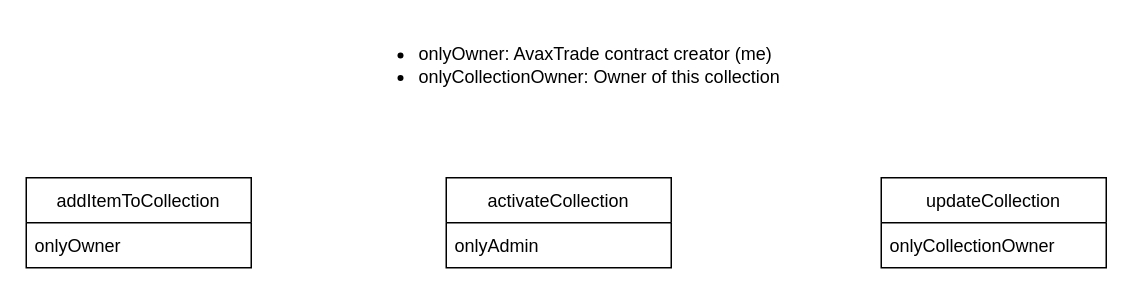
Above: page "AvaxTrade" (2 of 4) of diagram.drawio in Bumble-Buzz/app (draw.io), before the change. Source tidied: cells renumbered, new cells numbered last; positions are measured from the earlier drawing's top-left corner, leaving out a move shared by most shapes. Both pictures are drawn from the tidied source at 150%, with x=0, y=0 at pixel (26, 27).
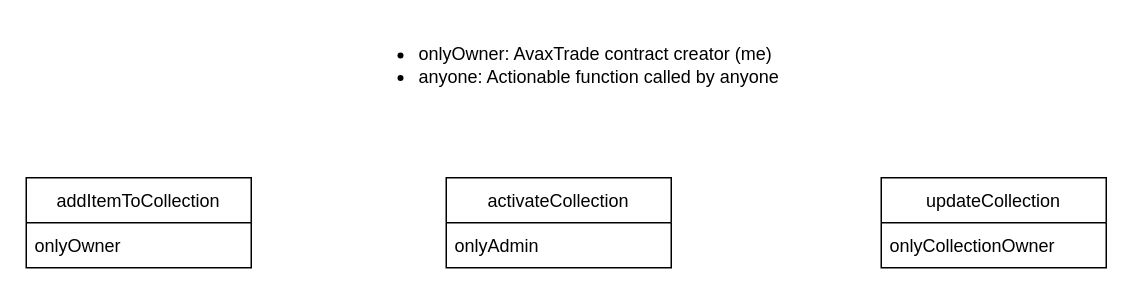
The same page after the edit.

Commit message (it also covers changes not shown here):
Update to contract logi

Change to the diagram source:
```diff
@@
 <mxGraphModel>
   <root>
     <mxCell id="0" />
     <mxCell id="1" parent="0" />
     <mxCell id="2" value="addItemToCollection" style="swimlane;fontStyle=0;horizontal=1;startSize=30;" parent="1" vertex="1">
       <mxGeometry y="100" width="150" height="60" as="geometry" />
     </mxCell>
     <mxCell id="3" value="onlyOwner" style="text;strokeColor=none;fillColor=none;align=left;verticalAlign=middle;spacingLeft=4;spacingRight=4;overflow=hidden;" parent="2" vertex="1">
       <mxGeometry y="30" width="150" height="30" as="geometry" />
     </mxCell>
-    <mxCell id="4" value="&lt;ul&gt;&lt;li&gt;&lt;span&gt;onlyOwner: AvaxTrade contract creator (me)&lt;/span&gt;&lt;br&gt;&lt;/li&gt;&lt;li&gt;&lt;span&gt;onlyCollectionOwner: Owner of this collection&lt;/span&gt;&lt;/li&gt;&lt;/ul&gt;" style="text;html=1;strokeColor=none;fillColor=none;align=left;verticalAlign=middle;whiteSpace=wrap;rounded=0;" parent="1" vertex="1">
+    <mxCell id="4" value="&lt;ul&gt;&lt;li&gt;&lt;span&gt;onlyOwner: AvaxTrade contract creator (me)&lt;/span&gt;&lt;br&gt;&lt;/li&gt;&lt;li&gt;&lt;span&gt;anyone: Actionable function called by anyone&lt;/span&gt;&lt;/li&gt;&lt;/ul&gt;" style="text;html=1;strokeColor=none;fillColor=none;align=left;verticalAlign=middle;whiteSpace=wrap;rounded=0;" parent="1" vertex="1">
       <mxGeometry x="220" width="316" height="50" as="geometry" />
     </mxCell>
     <mxCell id="5" value="activateCollection" style="swimlane;fontStyle=0;horizontal=1;startSize=30;" parent="1" vertex="1">
       <mxGeometry x="280" y="100" width="150" height="60" as="geometry" />
     </mxCell>
     <mxCell id="6" value="onlyAdmin" style="text;strokeColor=none;fillColor=none;align=left;verticalAlign=middle;spacingLeft=4;spacingRight=4;overflow=hidden;" parent="5" vertex="1">
       <mxGeometry y="30" width="150" height="30" as="geometry" />
     </mxCell>
     <mxCell id="7" value="updateCollection" style="swimlane;fontStyle=0;horizontal=1;startSize=30;" parent="1" vertex="1">
       <mxGeometry x="570" y="100" width="150" height="60" as="geometry" />
     </mxCell>
     <mxCell id="8" value="onlyCollectionOwner" style="text;strokeColor=none;fillColor=none;align=left;verticalAlign=middle;spacingLeft=4;spacingRight=4;overflow=hidden;" parent="7" vertex="1">
       <mxGeometry y="30" width="150" height="30" as="geometry" />
     </mxCell>
   </root>
 </mxGraphModel>
```
